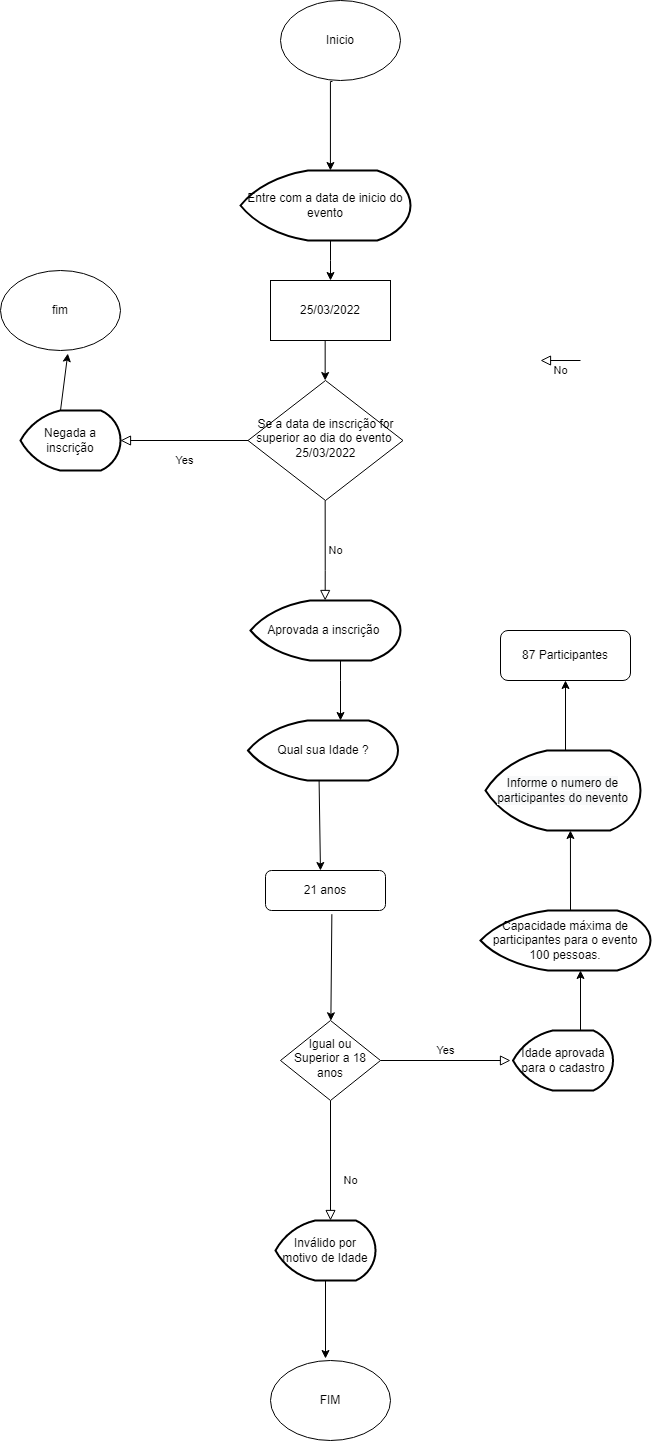
Before: Untitled Diagram.drawio.png, a diagram exported from draw.io (EvertonMDS/Fluxograma). Source tidied: cells renumbered, new cells last; positions are measured from the earlier drawing's top-left corner, leaving out a move shared by most shapes.
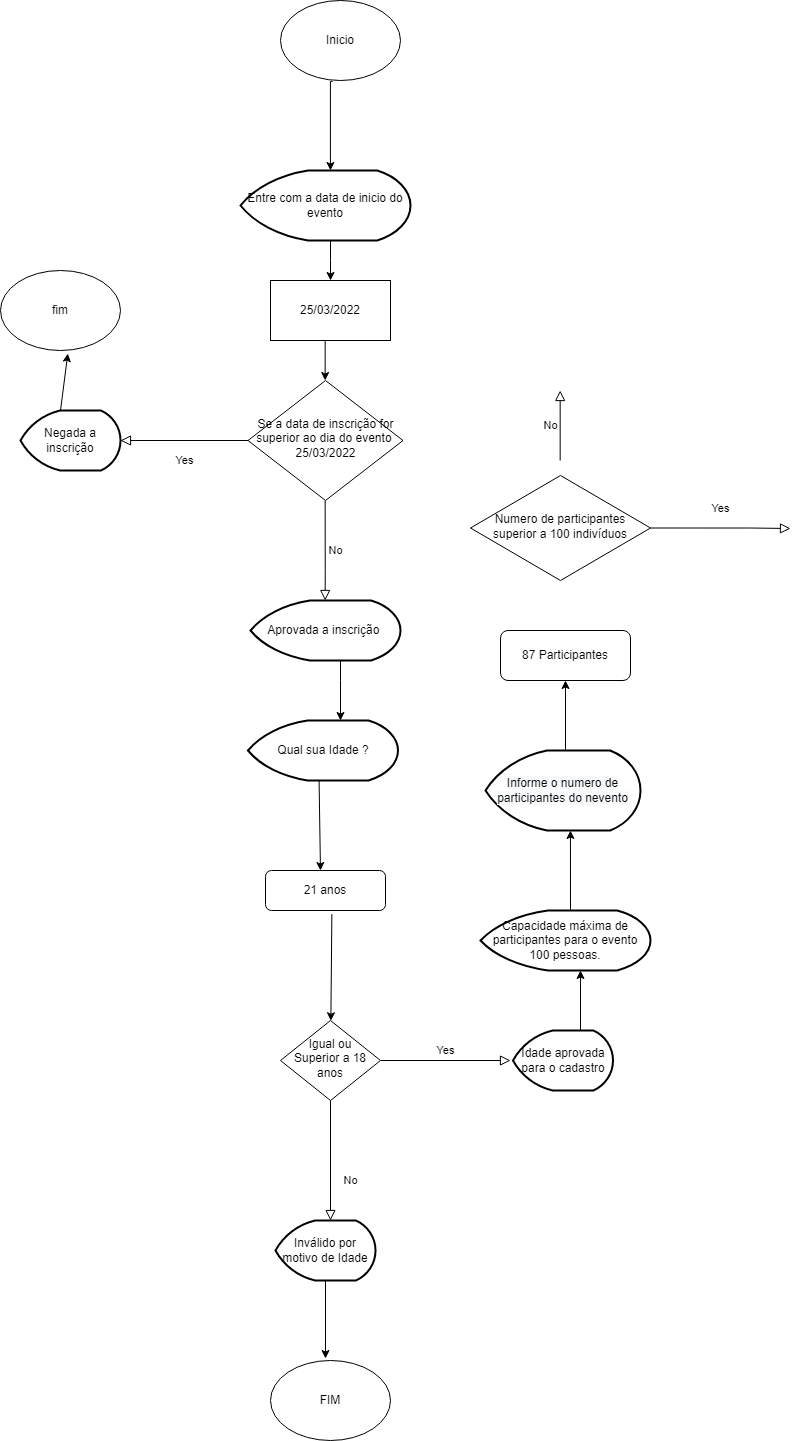
Later version of the same file.

What changed in the source:
```diff
@@ -54,8 +54,8 @@
     </mxCell>
     <mxCell id="12" value="No" style="edgeStyle=orthogonalEdgeStyle;rounded=0;html=1;jettySize=auto;orthogonalLoop=1;fontSize=11;endArrow=block;endFill=0;endSize=8;strokeWidth=1;shadow=0;labelBackgroundColor=none;" parent="1" edge="1">
       <mxGeometry y="10" relative="1" as="geometry">
-        <mxPoint x="580" y="360" as="sourcePoint" />
-        <mxPoint x="540" y="360" as="targetPoint" />
+        <mxPoint x="559.7" y="460" as="sourcePoint" />
+        <mxPoint x="559.7" y="390" as="targetPoint" />
       </mxGeometry>
     </mxCell>
     <mxCell id="13" value="Yes" style="rounded=0;html=1;jettySize=auto;fontSize=11;endArrow=block;endFill=0;endSize=8;strokeWidth=1;shadow=0;labelBackgroundColor=none;edgeStyle=orthogonalEdgeStyle;" parent="1" edge="1" source="2">
@@ -146,5 +146,17 @@
         <mxPoint x="565" y="750" as="sourcePoint" />
       </mxGeometry>
     </mxCell>
+    <mxCell id="34" value="Numero de participantes superior a 100 indivíduos" style="rhombus;whiteSpace=wrap;html=1;shadow=0;fontFamily=Helvetica;fontSize=12;align=center;strokeWidth=1;spacing=6;spacingTop=-4;" parent="1" vertex="1">
+      <mxGeometry x="470" y="475" width="180" height="105" as="geometry" />
+    </mxCell>
+    <mxCell id="35" value="Yes" style="rounded=0;html=1;jettySize=auto;fontSize=11;endArrow=block;endFill=0;endSize=8;strokeWidth=1;shadow=0;labelBackgroundColor=none;edgeStyle=orthogonalEdgeStyle;exitX=1;exitY=0.5;exitDx=0;exitDy=0;" parent="1" edge="1" source="34">
+      <mxGeometry y="20" relative="1" as="geometry">
+        <mxPoint x="790" y="528" as="targetPoint" />
+        <Array as="points">
+          <mxPoint x="750" y="528" />
+          <mxPoint x="850" y="528" />
+        </Array>
+      </mxGeometry>
+    </mxCell>
   </root>
 </mxGraphModel>
```
